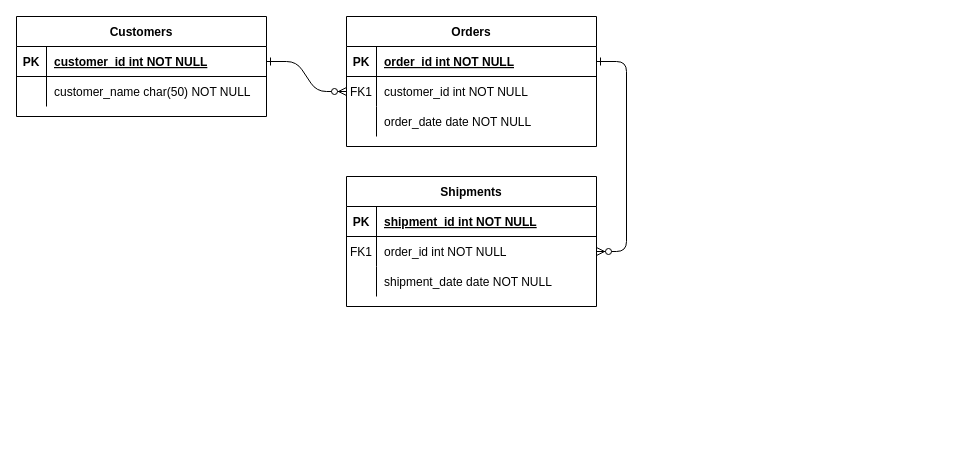
The draw.io diagram bdbl-e-recruitment.drawio in mrraindrop555/aaa, before the edit. Source tidied: cells renumbered, new cells numbered last; positions are measured from the earlier drawing's top-left corner, leaving out a move shared by most shapes. Both pictures are drawn from the tidied source at 100%, with x=0, y=0 at pixel (16, 16).
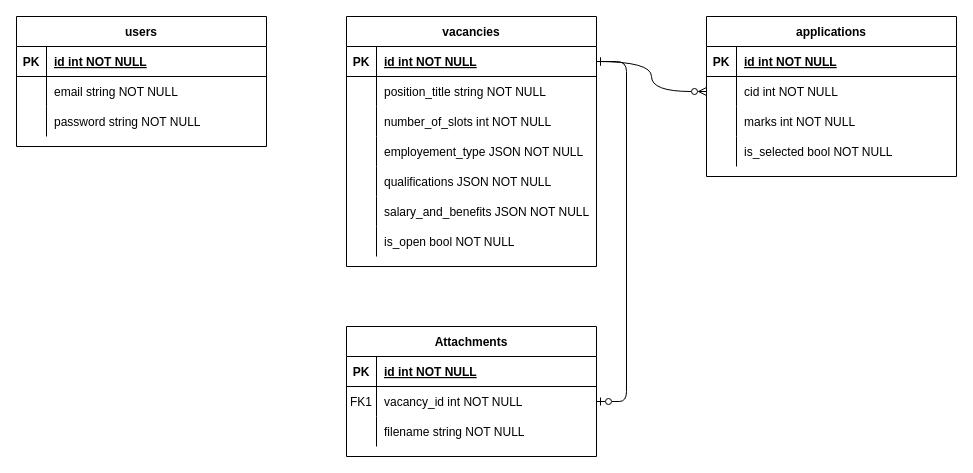
After the change.

The change refers to these unchanged cells:
```xml
<mxCell id="5" style="shape=partialRectangle;fillColor=none;points=[[0,0.5],[1,0.5]];portConstraint=eastwest;top=0;left=0;right=0;bottom=1;" parent="4" vertex="1">
  <mxGeometry y="30" width="250" height="30" as="geometry" />
</mxCell>
<mxCell id="8" style="shape=partialRectangle;fillColor=none;points=[[0,0.5],[1,0.5]];portConstraint=eastwest;top=0;left=0;right=0;bottom=0;" parent="4" vertex="1">
  <mxGeometry y="60" width="250" height="30" as="geometry" />
</mxCell>
<mxCell id="11" style="shape=partialRectangle;fillColor=none;top=0;left=0;right=0;bottom=0;" parent="4" vertex="1">
  <mxGeometry y="90" width="250" height="30" as="geometry" />
</mxCell>
<mxCell id="15" style="shape=partialRectangle;fillColor=none;top=0;left=0;right=0;bottom=1;" parent="14" vertex="1">
  <mxGeometry y="30" width="250" height="30" as="geometry" />
</mxCell>
<mxCell id="18" style="shape=partialRectangle;fillColor=none;points=[[0,0.5],[1,0.5]];portConstraint=eastwest;top=0;left=0;right=0;bottom=0;" parent="14" vertex="1">
  <mxGeometry y="60" width="250" height="30" as="geometry" />
</mxCell>
<mxCell id="21" style="shape=partialRectangle;fillColor=none;top=0;left=0;right=0;bottom=0;" parent="14" vertex="1">
  <mxGeometry y="90" width="250" height="30" as="geometry" />
</mxCell>
<mxCell id="25" style="shape=partialRectangle;fillColor=none;points=[[0,0.5],[1,0.5]];portConstraint=eastwest;top=0;left=0;right=0;bottom=1;" parent="24" vertex="1">
  <mxGeometry y="30" width="250" height="30" as="geometry" />
</mxCell>
```

What changed in the source:
```diff
@@
-    <mxCell id="2" style="edgeStyle=entityRelationEdgeStyle;endArrow=ERzeroToMany;startArrow=ERone;endFill=1;startFill=0;" parent="1" edge="1" source="25" target="8">
-      <mxGeometry relative="1" as="geometry" />
-    </mxCell>
-    <mxCell id="3" style="edgeStyle=entityRelationEdgeStyle;endArrow=ERzeroToMany;startArrow=ERone;endFill=1;startFill=0;" parent="1" edge="1" source="5" target="18">
+    <mxCell id="3" style="edgeStyle=entityRelationEdgeStyle;endArrow=ERzeroToOne;startArrow=ERone;endFill=0;startFill=0;" parent="1" edge="1" source="5" target="18">
       <mxGeometry relative="1" as="geometry" />
     </mxCell>
-    <mxCell id="4" value="Orders" style="shape=table;startSize=30;childLayout=tableLayout;rowLines=0;fontStyle=1;align=center;" parent="1" vertex="1">
-      <mxGeometry x="330" width="250" height="130" as="geometry" />
+    <mxCell id="4" value="vacancies" style="shape=table;startSize=30;childLayout=tableLayout;rowLines=0;fontStyle=1;align=center;" parent="1" vertex="1">
+      <mxGeometry x="330" width="250" height="250" as="geometry" />
     </mxCell>
@@
-    <mxCell id="7" value="order_id int NOT NULL " style="shape=partialRectangle;overflow=hidden;fillColor=none;top=0;left=0;bottom=0;right=0;align=left;spacingLeft=6;fontStyle=5;" parent="5" vertex="1">
+    <mxCell id="7" value="id int NOT NULL " style="shape=partialRectangle;overflow=hidden;fillColor=none;top=0;left=0;bottom=0;right=0;align=left;spacingLeft=6;fontStyle=5;" parent="5" vertex="1">
       <mxGeometry x="30" width="220" height="30" as="geometry" />
     </mxCell>
@@
-    <mxCell id="9" value="FK1" style="shape=partialRectangle;overflow=hidden;fillColor=none;top=0;left=0;bottom=0;right=0;" parent="8" vertex="1">
+    <mxCell id="9" style="shape=partialRectangle;overflow=hidden;fillColor=none;top=0;left=0;bottom=0;right=0;" parent="8" vertex="1">
       <mxGeometry width="30" height="30" as="geometry" />
     </mxCell>
-    <mxCell id="10" value="customer_id int NOT NULL" style="shape=partialRectangle;overflow=hidden;fillColor=none;top=0;left=0;bottom=0;right=0;align=left;spacingLeft=6;" parent="8" vertex="1">
+    <mxCell id="10" value="position_title string NOT NULL" style="shape=partialRectangle;overflow=hidden;fillColor=none;top=0;left=0;bottom=0;right=0;align=left;spacingLeft=6;" parent="8" vertex="1">
       <mxGeometry x="30" width="220" height="30" as="geometry" />
     </mxCell>
@@
-    <mxCell id="13" value="order_date date NOT NULL" style="shape=partialRectangle;overflow=hidden;fillColor=none;top=0;left=0;bottom=0;right=0;align=left;spacingLeft=6;" parent="11" vertex="1">
+    <mxCell id="13" value="number_of_slots int NOT NULL" style="shape=partialRectangle;overflow=hidden;fillColor=none;top=0;left=0;bottom=0;right=0;align=left;spacingLeft=6;" parent="11" vertex="1">
       <mxGeometry x="30" width="220" height="30" as="geometry" />
     </mxCell>
+    <mxCell id="31" style="shape=partialRectangle;fillColor=none;top=0;left=0;right=0;bottom=0;" parent="4" vertex="1">
+      <mxGeometry y="120" width="250" height="30" as="geometry" />
+    </mxCell>
+    <mxCell id="32" style="shape=partialRectangle;overflow=hidden;fillColor=none;top=0;left=0;bottom=0;right=0;" parent="31" vertex="1">
+      <mxGeometry width="30" height="30" as="geometry" />
+    </mxCell>
+    <mxCell id="33" value="employement_type JSON NOT NULL" style="shape=partialRectangle;overflow=hidden;fillColor=none;top=0;left=0;bottom=0;right=0;align=left;spacingLeft=6;" parent="31" vertex="1">
+      <mxGeometry x="30" width="220" height="30" as="geometry" />
+    </mxCell>
+    <mxCell id="34" style="shape=partialRectangle;fillColor=none;top=0;left=0;right=0;bottom=0;" parent="4" vertex="1">
+      <mxGeometry y="150" width="250" height="30" as="geometry" />
+    </mxCell>
+    <mxCell id="35" style="shape=partialRectangle;overflow=hidden;fillColor=none;top=0;left=0;bottom=0;right=0;" parent="34" vertex="1">
+      <mxGeometry width="30" height="30" as="geometry" />
+    </mxCell>
+    <mxCell id="36" value="qualifications JSON NOT NULL" style="shape=partialRectangle;overflow=hidden;fillColor=none;top=0;left=0;bottom=0;right=0;align=left;spacingLeft=6;" parent="34" vertex="1">
+      <mxGeometry x="30" width="220" height="30" as="geometry" />
+    </mxCell>
+    <mxCell id="37" style="shape=partialRectangle;fillColor=none;top=0;left=0;right=0;bottom=0;" parent="4" vertex="1">
+      <mxGeometry y="180" width="250" height="30" as="geometry" />
+    </mxCell>
+    <mxCell id="38" style="shape=partialRectangle;overflow=hidden;fillColor=none;top=0;left=0;bottom=0;right=0;" parent="37" vertex="1">
+      <mxGeometry width="30" height="30" as="geometry" />
+    </mxCell>
+    <mxCell id="39" value="salary_and_benefits JSON NOT NULL" style="shape=partialRectangle;overflow=hidden;fillColor=none;top=0;left=0;bottom=0;right=0;align=left;spacingLeft=6;" parent="37" vertex="1">
+      <mxGeometry x="30" width="220" height="30" as="geometry" />
+    </mxCell>
+    <mxCell id="40" style="shape=partialRectangle;fillColor=none;top=0;left=0;right=0;bottom=0;" parent="4" vertex="1">
+      <mxGeometry y="210" width="250" height="30" as="geometry" />
+    </mxCell>
+    <mxCell id="41" style="shape=partialRectangle;overflow=hidden;fillColor=none;top=0;left=0;bottom=0;right=0;" parent="40" vertex="1">
+      <mxGeometry width="30" height="30" as="geometry" />
+    </mxCell>
+    <mxCell id="42" value="is_open bool NOT NULL" style="shape=partialRectangle;overflow=hidden;fillColor=none;top=0;left=0;bottom=0;right=0;align=left;spacingLeft=6;" parent="40" vertex="1">
+      <mxGeometry x="30" width="220" height="30" as="geometry" />
+    </mxCell>
-    <mxCell id="14" value="Shipments" style="shape=table;startSize=30;childLayout=tableLayout;rowLines=0;fontStyle=1;align=center;" parent="1" vertex="1">
-      <mxGeometry x="330" y="160" width="250" height="130" as="geometry" />
+    <mxCell id="14" value="Attachments" style="shape=table;startSize=30;childLayout=tableLayout;rowLines=0;fontStyle=1;align=center;" parent="1" vertex="1">
+      <mxGeometry x="330" y="310" width="250" height="130" as="geometry" />
     </mxCell>
@@
-    <mxCell id="17" value="shipment_id int NOT NULL " style="shape=partialRectangle;overflow=hidden;fillColor=none;top=0;left=0;bottom=0;right=0;align=left;spacingLeft=6;fontStyle=5;" parent="15" vertex="1">
+    <mxCell id="17" value="id int NOT NULL " style="shape=partialRectangle;overflow=hidden;fillColor=none;top=0;left=0;bottom=0;right=0;align=left;spacingLeft=6;fontStyle=5;" parent="15" vertex="1">
       <mxGeometry x="30" width="220" height="30" as="geometry" />
     </mxCell>
@@
-    <mxCell id="20" value="order_id int NOT NULL" style="shape=partialRectangle;overflow=hidden;fillColor=none;top=0;left=0;bottom=0;right=0;align=left;spacingLeft=6;" parent="18" vertex="1">
+    <mxCell id="20" value="vacancy_id int NOT NULL" style="shape=partialRectangle;overflow=hidden;fillColor=none;top=0;left=0;bottom=0;right=0;align=left;spacingLeft=6;" parent="18" vertex="1">
       <mxGeometry x="30" width="220" height="30" as="geometry" />
     </mxCell>
@@
-    <mxCell id="23" value="shipment_date date NOT NULL" style="shape=partialRectangle;overflow=hidden;fillColor=none;top=0;left=0;bottom=0;right=0;align=left;spacingLeft=6;" parent="21" vertex="1">
+    <mxCell id="23" value="filename string NOT NULL" style="shape=partialRectangle;overflow=hidden;fillColor=none;top=0;left=0;bottom=0;right=0;align=left;spacingLeft=6;" parent="21" vertex="1">
       <mxGeometry x="30" width="220" height="30" as="geometry" />
     </mxCell>
-    <mxCell id="24" value="Customers" style="shape=table;startSize=30;childLayout=tableLayout;rowLines=0;fontStyle=1;align=center;" parent="1" vertex="1">
-      <mxGeometry width="250" height="100" as="geometry" />
+    <mxCell id="24" value="users" style="shape=table;startSize=30;childLayout=tableLayout;rowLines=0;fontStyle=1;align=center;" parent="1" vertex="1">
+      <mxGeometry width="250" height="130" as="geometry" />
     </mxCell>
@@
-    <mxCell id="27" value="customer_id int NOT NULL " style="shape=partialRectangle;overflow=hidden;fillColor=none;top=0;left=0;bottom=0;right=0;align=left;spacingLeft=6;fontStyle=5;" parent="25" vertex="1">
+    <mxCell id="27" value="id int NOT NULL " style="shape=partialRectangle;overflow=hidden;fillColor=none;top=0;left=0;bottom=0;right=0;align=left;spacingLeft=6;fontStyle=5;" parent="25" vertex="1">
       <mxGeometry x="30" width="220" height="30" as="geometry" />
     </mxCell>
+    <mxCell id="43" style="shape=partialRectangle;fillColor=none;top=0;left=0;right=0;bottom=0;" parent="24" vertex="1">
+      <mxGeometry y="60" width="250" height="30" as="geometry" />
+    </mxCell>
+    <mxCell id="44" style="shape=partialRectangle;overflow=hidden;fillColor=none;top=0;left=0;bottom=0;right=0;" parent="43" vertex="1">
+      <mxGeometry width="30" height="30" as="geometry" />
+    </mxCell>
+    <mxCell id="45" value="email string NOT NULL" style="shape=partialRectangle;overflow=hidden;fillColor=none;top=0;left=0;bottom=0;right=0;align=left;spacingLeft=6;" parent="43" vertex="1">
+      <mxGeometry x="30" width="220" height="30" as="geometry" />
+    </mxCell>
     <mxCell id="28" style="shape=partialRectangle;fillColor=none;top=0;left=0;right=0;bottom=0;" parent="24" vertex="1">
-      <mxGeometry y="60" width="250" height="30" as="geometry" />
+      <mxGeometry y="90" width="250" height="30" as="geometry" />
     </mxCell>
@@
-    <mxCell id="30" value="customer_name char(50) NOT NULL" style="shape=partialRectangle;overflow=hidden;fillColor=none;top=0;left=0;bottom=0;right=0;align=left;spacingLeft=6;" parent="28" vertex="1">
+    <mxCell id="30" value="password string NOT NULL" style="shape=partialRectangle;overflow=hidden;fillColor=none;top=0;left=0;bottom=0;right=0;align=left;spacingLeft=6;" parent="28" vertex="1">
       <mxGeometry x="30" width="220" height="30" as="geometry" />
     </mxCell>
+    <mxCell id="46" value="applications" style="shape=table;startSize=30;childLayout=tableLayout;rowLines=0;fontStyle=1;align=center;" parent="1" vertex="1">
+      <mxGeometry x="690" width="250" height="160" as="geometry" />
+    </mxCell>
+    <mxCell id="47" style="shape=partialRectangle;fillColor=none;top=0;left=0;right=0;bottom=1;" parent="46" vertex="1">
+      <mxGeometry y="30" width="250" height="30" as="geometry" />
+    </mxCell>
+    <mxCell id="48" value="PK" style="shape=partialRectangle;overflow=hidden;fillColor=none;top=0;left=0;bottom=0;right=0;fontStyle=1;" parent="47" vertex="1">
+      <mxGeometry width="30" height="30" as="geometry" />
+    </mxCell>
+    <mxCell id="49" value="id int NOT NULL " style="shape=partialRectangle;overflow=hidden;fillColor=none;top=0;left=0;bottom=0;right=0;align=left;spacingLeft=6;fontStyle=5;" parent="47" vertex="1">
+      <mxGeometry x="30" width="220" height="30" as="geometry" />
+    </mxCell>
+    <mxCell id="50" style="shape=partialRectangle;fillColor=none;points=[[0,0.5],[1,0.5]];portConstraint=eastwest;top=0;left=0;right=0;bottom=0;" parent="46" vertex="1">
+      <mxGeometry y="60" width="250" height="30" as="geometry" />
+    </mxCell>
+    <mxCell id="51" style="shape=partialRectangle;overflow=hidden;fillColor=none;top=0;left=0;bottom=0;right=0;" parent="50" vertex="1">
+      <mxGeometry width="30" height="30" as="geometry" />
+    </mxCell>
+    <mxCell id="52" value="cid int NOT NULL" style="shape=partialRectangle;overflow=hidden;fillColor=none;top=0;left=0;bottom=0;right=0;align=left;spacingLeft=6;" parent="50" vertex="1">
+      <mxGeometry x="30" width="220" height="30" as="geometry" />
+    </mxCell>
+    <mxCell id="53" style="shape=partialRectangle;fillColor=none;top=0;left=0;right=0;bottom=0;" parent="46" vertex="1">
+      <mxGeometry y="90" width="250" height="30" as="geometry" />
+    </mxCell>
+    <mxCell id="54" style="shape=partialRectangle;overflow=hidden;fillColor=none;top=0;left=0;bottom=0;right=0;" parent="53" vertex="1">
+      <mxGeometry width="30" height="30" as="geometry" />
+    </mxCell>
+    <mxCell id="55" value="marks int NOT NULL" style="shape=partialRectangle;overflow=hidden;fillColor=none;top=0;left=0;bottom=0;right=0;align=left;spacingLeft=6;" parent="53" vertex="1">
+      <mxGeometry x="30" width="220" height="30" as="geometry" />
+    </mxCell>
+    <mxCell id="56" style="shape=partialRectangle;fillColor=none;top=0;left=0;right=0;bottom=0;" parent="46" vertex="1">
+      <mxGeometry y="120" width="250" height="30" as="geometry" />
+    </mxCell>
+    <mxCell id="57" style="shape=partialRectangle;overflow=hidden;fillColor=none;top=0;left=0;bottom=0;right=0;" parent="56" vertex="1">
+      <mxGeometry width="30" height="30" as="geometry" />
+    </mxCell>
+    <mxCell id="58" value="is_selected bool NOT NULL" style="shape=partialRectangle;overflow=hidden;fillColor=none;top=0;left=0;bottom=0;right=0;align=left;spacingLeft=6;" parent="56" vertex="1">
+      <mxGeometry x="30" width="220" height="30" as="geometry" />
+    </mxCell>
+    <mxCell id="59" style="edgeStyle=orthogonalEdgeStyle;rounded=0;jettySize=auto;html=1;exitX=1;exitY=0.5;exitDx=0;exitDy=0;entryX=0;entryY=0.5;entryDx=0;entryDy=0;startArrow=ERone;startFill=0;endArrow=ERzeroToMany;endFill=0;curved=1;" parent="1" edge="1" source="5" target="50">
+      <mxGeometry relative="1" as="geometry" />
+    </mxCell>
```
